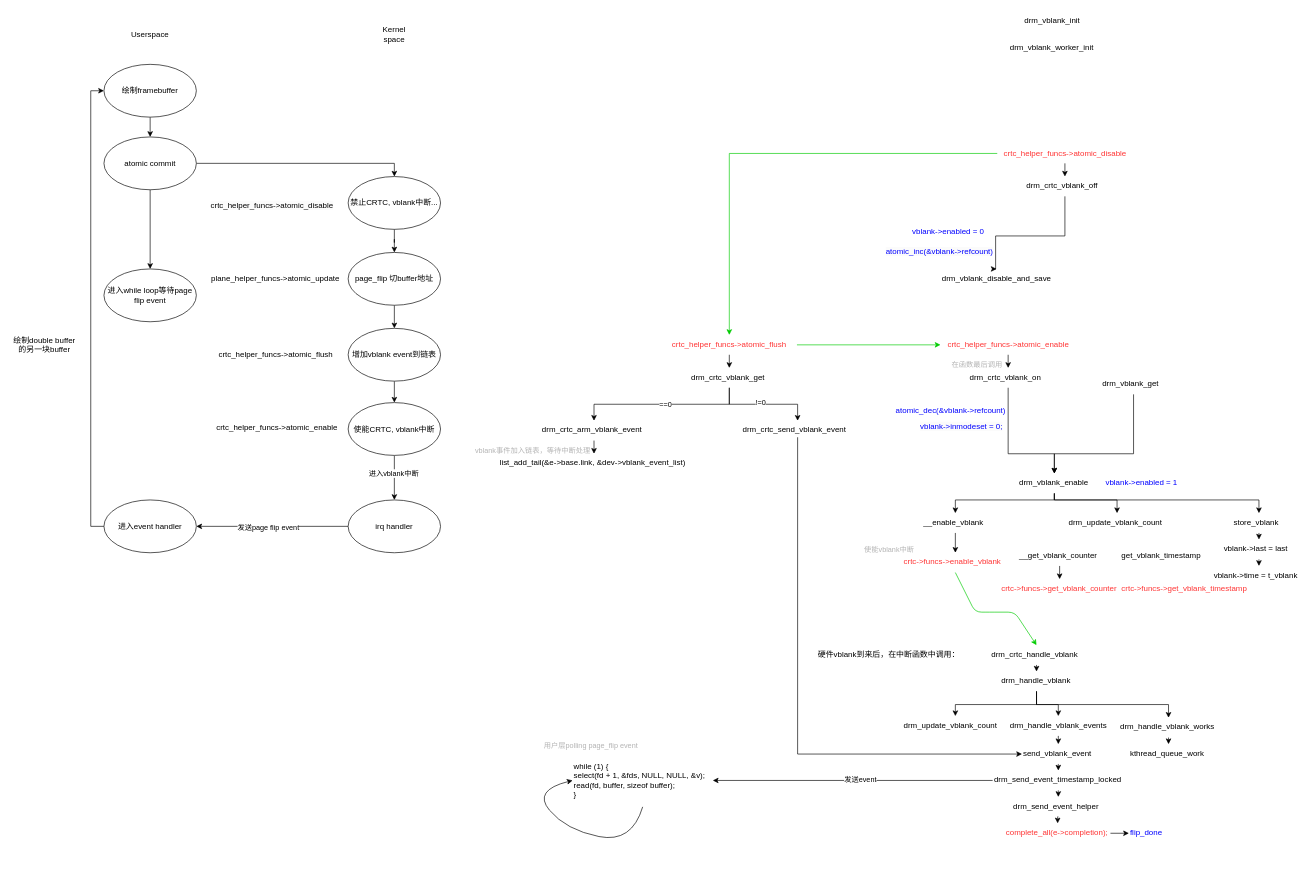
This is vblank.drawio from YC-Xiang/draw.io, a draw.io file, before an edit. Source tidied: cells renumbered, new cells numbered last; positions are measured from the earlier drawing's top-left corner, leaving out a move shared by most shapes. Both pictures are drawn from the tidied source at 66%, with x=0, y=0 at pixel (11, 11).
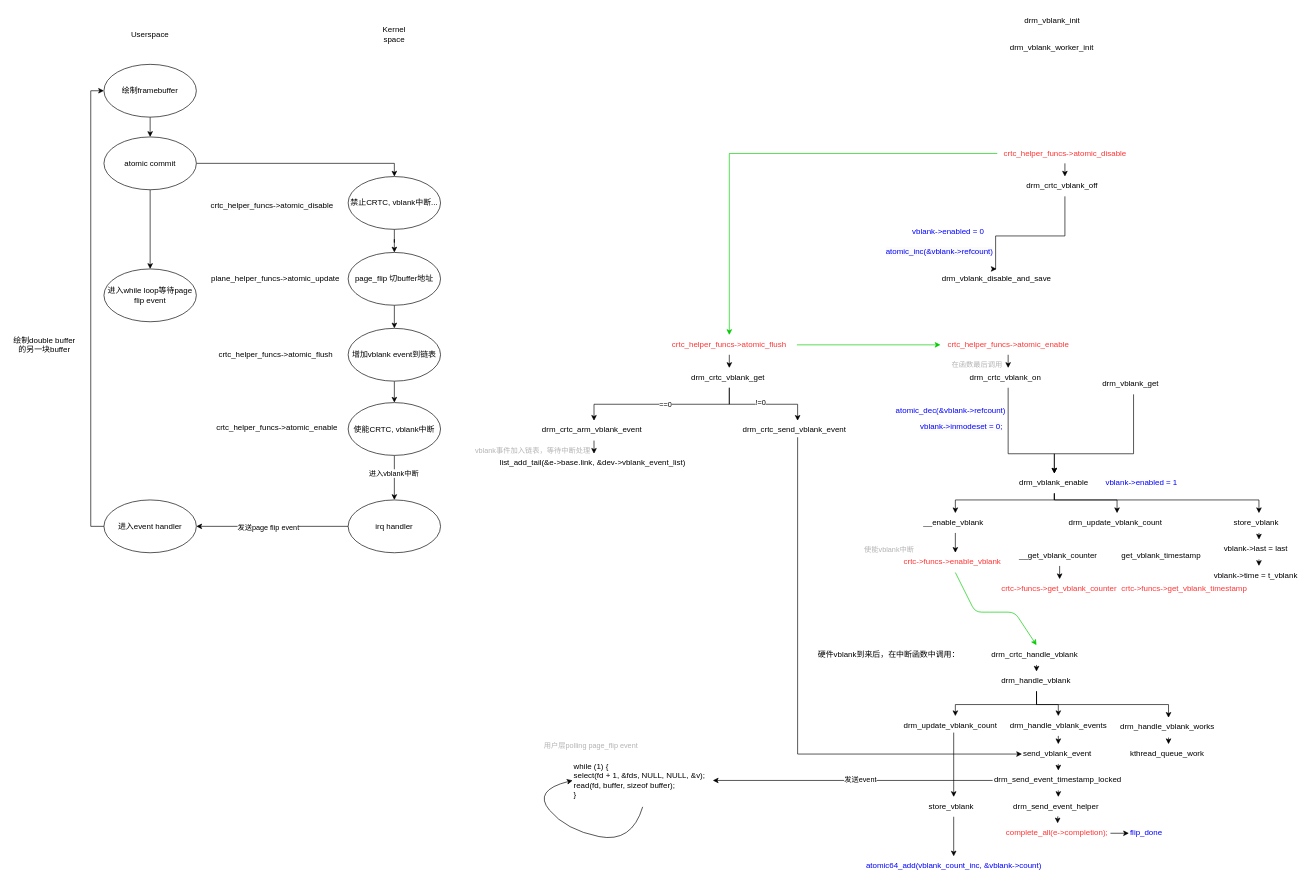
The same page after the edit.

Unchanged cells that the change refers to:
```xml
<mxCell id="38" value="drm_update_vblank_count" style="text;whiteSpace=wrap;html=1;" parent="1" vertex="1">
  <mxGeometry x="1350" y="1067.5" width="155" height="25" as="geometry" />
</mxCell>
```

What changed in the source:
```diff
@@
+    <mxCell id="110" style="edgeStyle=orthogonalEdgeStyle;rounded=0;jettySize=auto;html=1;exitX=0.5;exitY=1;exitDx=0;exitDy=0;entryX=0.5;entryY=0;entryDx=0;entryDy=0;" parent="1" edge="1" source="38" target="112">
+      <mxGeometry relative="1" as="geometry" />
+    </mxCell>
@@
+    <mxCell id="111" style="edgeStyle=orthogonalEdgeStyle;rounded=0;jettySize=auto;html=1;exitX=0.5;exitY=1;exitDx=0;exitDy=0;entryX=0.5;entryY=0;entryDx=0;entryDy=0;" parent="1" edge="1" source="112" target="113">
+      <mxGeometry relative="1" as="geometry" />
+    </mxCell>
+    <mxCell id="112" value="store_vblank" style="text;whiteSpace=wrap;html=1;" parent="1" vertex="1">
+      <mxGeometry x="1387.5" y="1190" width="80" height="30" as="geometry" />
+    </mxCell>
+    <mxCell id="113" value="atomic64_add(vblank_count_inc, &amp;amp;vblank-&amp;gt;count)" style="text;whiteSpace=wrap;html=1;fontColor=#0000FF;" parent="1" vertex="1">
+      <mxGeometry x="1292.5" y="1280" width="270" height="30" as="geometry" />
+    </mxCell>
```
